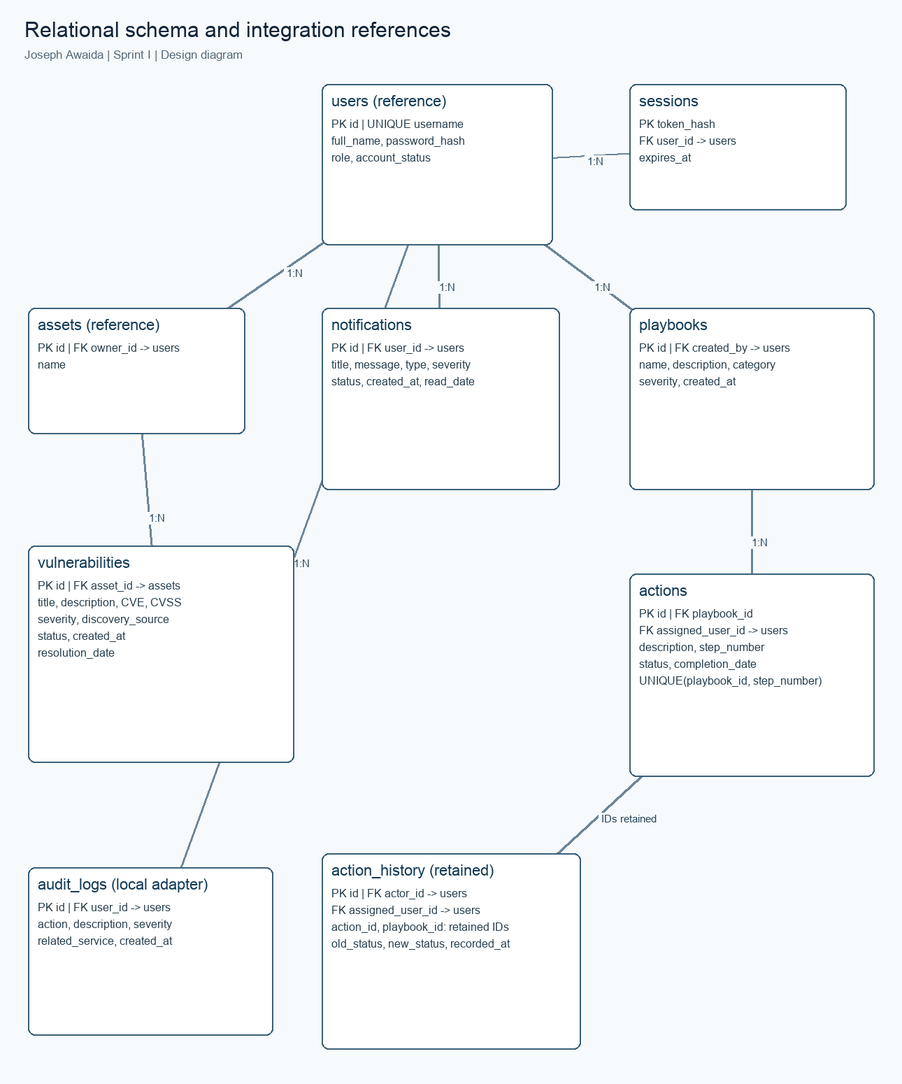
Before: docs/schema.png, a diagram exported from Mermaid (j123awaida/435L). Its source is kept beside it as docs/schema.mmd. The source it was exported from:
```mermaid
erDiagram
  USERS ||--o{ ASSETS : owns
  USERS ||--o{ SESSIONS : authenticates
  ASSETS ||--o{ VULNERABILITIES : has
  USERS ||--o{ NOTIFICATIONS : receives
  USERS ||--o{ PLAYBOOKS : creates
  PLAYBOOKS ||--o{ ACTIONS : contains
  USERS o|--o{ ACTIONS : assigned
  USERS ||--o{ ACTION_HISTORY : performs
  USERS o|--o{ AUDIT_LOGS : generates
  USERS { int id PK string username UK string password_hash string role string account_status }
  ASSETS { int id PK string name int owner_id FK }
  SESSIONS { string token_hash PK int user_id FK float expires_at }
  VULNERABILITIES { int id PK int asset_id FK string title string description string cve_identifier float cvss_score string severity string discovery_source string status datetime created_at datetime resolution_date }
  NOTIFICATIONS { int id PK int user_id FK string title string message string notification_type string severity string status datetime created_at datetime read_date }
  PLAYBOOKS { int id PK string name string description string incident_category string severity int created_by FK datetime created_at }
  ACTIONS { int id PK int playbook_id FK string description int step_number string status int assigned_user_id FK datetime completion_date }
  ACTION_HISTORY { int id PK int action_id int playbook_id int actor_id FK string old_status string new_status int assigned_user_id FK datetime recorded_at }
  AUDIT_LOGS { int id PK int user_id FK string action string description string severity string related_service datetime created_at }
```
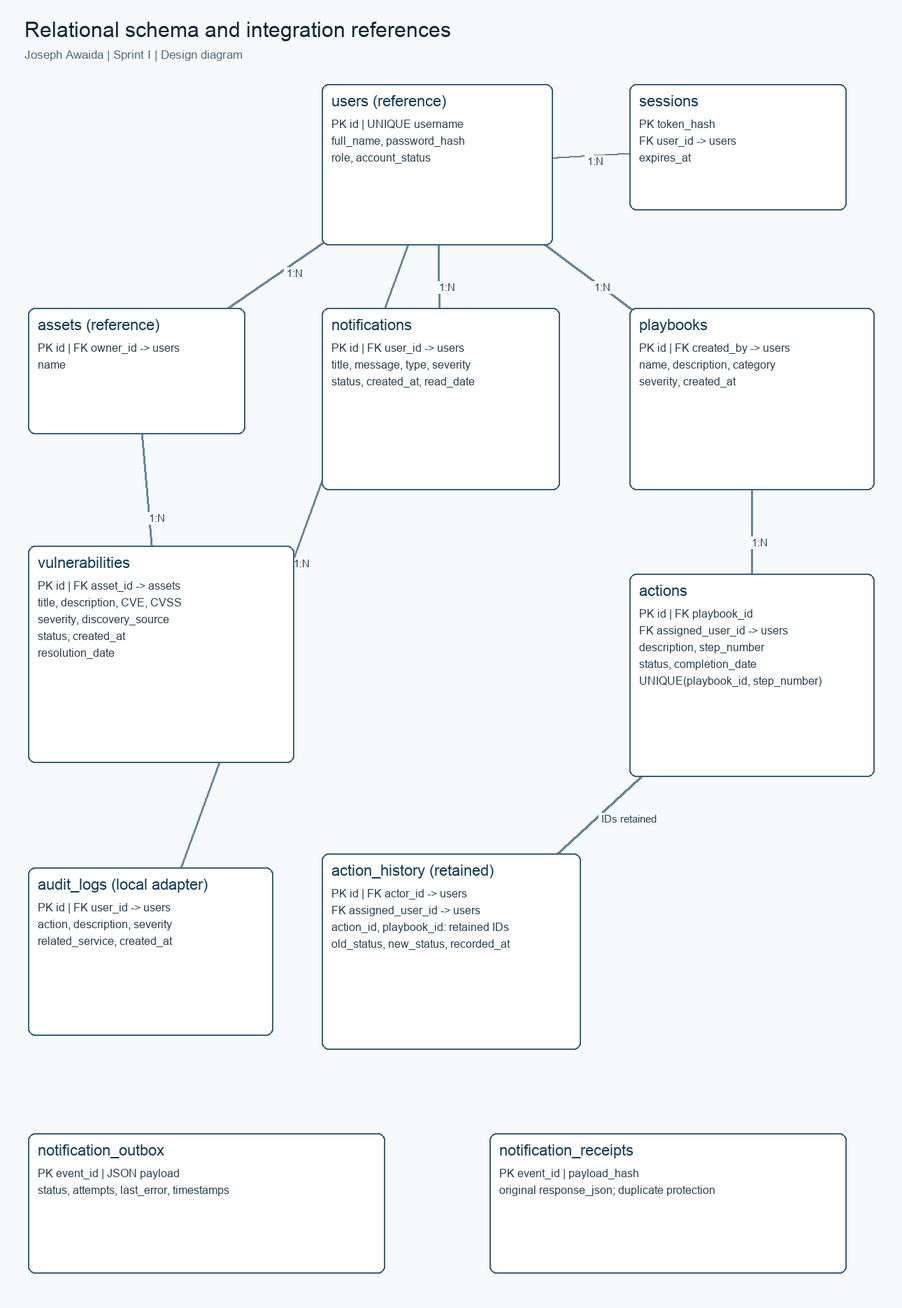
The same file after the commit.

The edit, as a diff of the source:
```diff
@@ -17,3 +17,6 @@
   ACTIONS { int id PK int playbook_id FK string description int step_number string status int assigned_user_id FK datetime completion_date }
   ACTION_HISTORY { int id PK int action_id int playbook_id int actor_id FK string old_status string new_status int assigned_user_id FK datetime recorded_at }
   AUDIT_LOGS { int id PK int user_id FK string action string description string severity string related_service datetime created_at }
+
+  NOTIFICATION_OUTBOX { string event_id PK string payload_json string status int attempts string last_error datetime created_at datetime delivered_at }
+  NOTIFICATION_RECEIPTS { string event_id PK string payload_hash string response_json }
```
